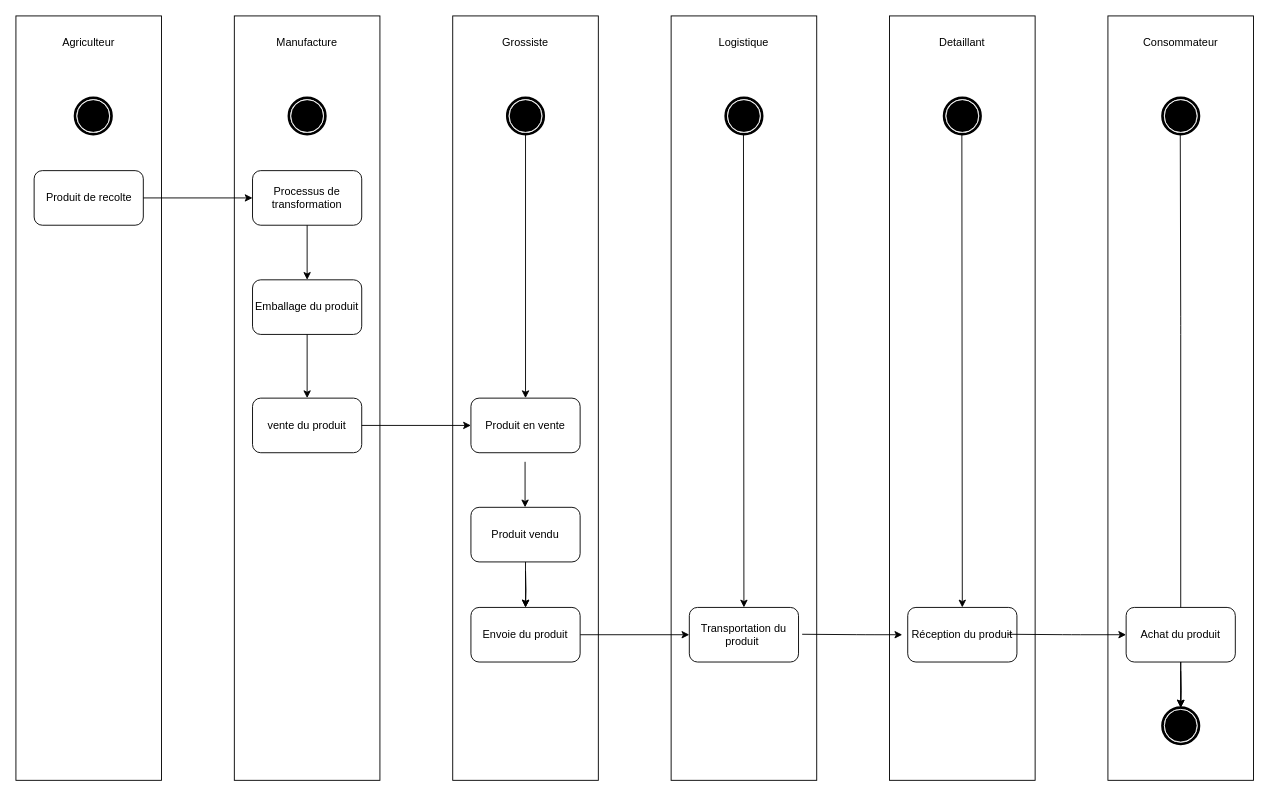
The draw.io diagram Untitled Diagram.drawio in loosker95/Diagramme-d-activiter, before the edit. Source tidied: cells renumbered, new cells numbered last; positions are measured from the earlier drawing's top-left corner, leaving out a move shared by most shapes. Both pictures are drawn from the tidied source at 91%, with x=0, y=0 at pixel (15, 15).
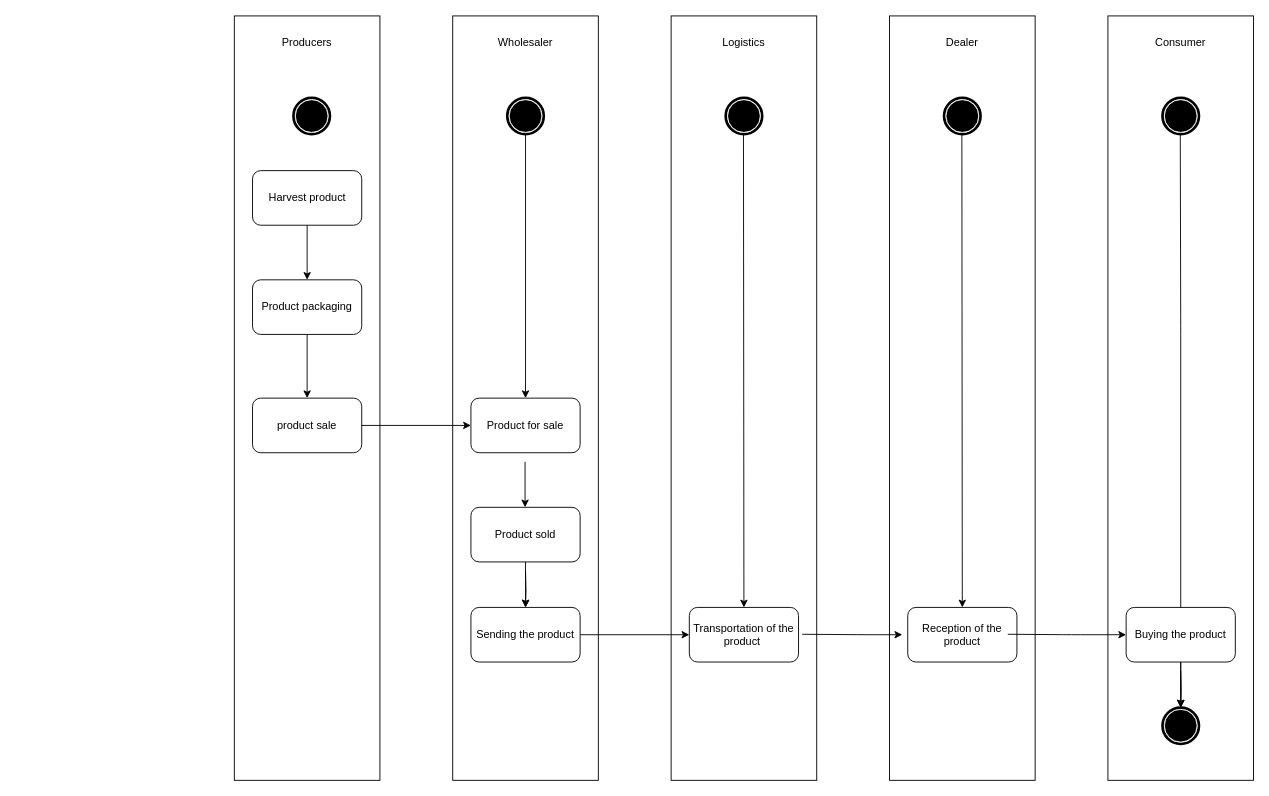
After the change.

What changed in the source:
```diff
@@
     <mxCell id="2" style="rounded=0;whiteSpace=wrap;html=1;" parent="1" vertex="1">
-      <mxGeometry width="160" height="840" as="geometry" />
+      <mxGeometry x="240" width="160" height="840" as="geometry" />
     </mxCell>
-    <mxCell id="3" style="rounded=0;whiteSpace=wrap;html=1;" parent="1" vertex="1">
-      <mxGeometry x="240" width="160" height="840" as="geometry" />
-    </mxCell>
@@
     <mxCell id="6" style="shape=mxgraph.bpmn.shape;html=1;verticalLabelPosition=bottom;labelBackgroundColor=#ffffff;verticalAlign=top;align=center;perimeter=ellipsePerimeter;outline=end;symbol=terminate;" parent="1" vertex="1">
-      <mxGeometry x="65" y="90" width="40" height="40" as="geometry" />
+      <mxGeometry x="305" y="90" width="40" height="40" as="geometry" />
     </mxCell>
     <mxCell id="7" style="rounded=1;whiteSpace=wrap;html=1;" parent="1" vertex="1">
-      <mxGeometry x="20" y="170" width="120" height="60" as="geometry" />
+      <mxGeometry x="260" y="170" width="120" height="60" as="geometry" />
     </mxCell>
-    <mxCell id="8" style="shape=mxgraph.bpmn.shape;html=1;verticalLabelPosition=bottom;labelBackgroundColor=#ffffff;verticalAlign=top;align=center;perimeter=ellipsePerimeter;outline=end;symbol=terminate;" parent="1" vertex="1">
-      <mxGeometry x="300" y="90" width="40" height="40" as="geometry" />
-    </mxCell>
@@
-    <mxCell id="13" value="Produit de recolte" style="text;html=1;strokeColor=none;fillColor=none;align=center;verticalAlign=middle;whiteSpace=wrap;rounded=0;" parent="1" vertex="1">
-      <mxGeometry x="27.5" y="190" width="105" height="20" as="geometry" />
+    <mxCell id="13" value="Harvest product" style="text;html=1;strokeColor=none;fillColor=none;align=center;verticalAlign=middle;whiteSpace=wrap;rounded=0;" parent="1" vertex="1">
+      <mxGeometry x="267.5" y="190" width="105" height="20" as="geometry" />
     </mxCell>
-    <mxCell id="14" value="Processus de transformation" style="rounded=1;whiteSpace=wrap;html=1;" parent="1" vertex="1">
-      <mxGeometry x="260" y="170" width="120" height="60" as="geometry" />
-    </mxCell>
-    <mxCell id="15" value="Emballage du produit" style="rounded=1;whiteSpace=wrap;html=1;" parent="1" vertex="1">
+    <mxCell id="15" value="Product packaging" style="rounded=1;whiteSpace=wrap;html=1;" parent="1" vertex="1">
       <mxGeometry x="260" y="290" width="120" height="60" as="geometry" />
     </mxCell>
-    <mxCell id="16" value="vente du produit" style="rounded=1;whiteSpace=wrap;html=1;" parent="1" vertex="1">
+    <mxCell id="16" value="product sale" style="rounded=1;whiteSpace=wrap;html=1;" parent="1" vertex="1">
       <mxGeometry x="260" y="420" width="120" height="60" as="geometry" />
     </mxCell>
-    <mxCell id="17" value="Agriculteur" style="text;html=1;strokeColor=none;fillColor=none;align=center;verticalAlign=middle;whiteSpace=wrap;rounded=0;" parent="1" vertex="1">
-      <mxGeometry x="60" y="20" width="40" height="20" as="geometry" />
+    <mxCell id="17" value="Producers" style="text;html=1;strokeColor=none;fillColor=none;align=center;verticalAlign=middle;whiteSpace=wrap;rounded=0;" parent="1" vertex="1">
+      <mxGeometry x="300" y="20" width="40" height="20" as="geometry" />
     </mxCell>
@@
-    <mxCell id="20" value="Detaillant" style="text;html=1;strokeColor=none;fillColor=none;align=center;verticalAlign=middle;whiteSpace=wrap;rounded=0;" parent="1" vertex="1">
+    <mxCell id="20" value="Dealer" style="text;html=1;strokeColor=none;fillColor=none;align=center;verticalAlign=middle;whiteSpace=wrap;rounded=0;" parent="1" vertex="1">
       <mxGeometry x="1020" y="20" width="40" height="20" as="geometry" />
     </mxCell>
-    <mxCell id="21" style="endArrow=classic;html=1;entryX=0;entryY=0.5;entryDx=0;entryDy=0;exitX=1;exitY=0.5;exitDx=0;exitDy=0;" parent="1" edge="1" source="7" target="14">
-      <mxGeometry relative="1" as="geometry" />
-    </mxCell>
-    <mxCell id="22" value="Manufacture" style="text;html=1;strokeColor=none;fillColor=none;align=center;verticalAlign=middle;whiteSpace=wrap;rounded=0;" parent="1" vertex="1">
-      <mxGeometry x="300" y="20" width="40" height="20" as="geometry" />
-    </mxCell>
-    <mxCell id="23" value="Grossiste" style="text;html=1;strokeColor=none;fillColor=none;align=center;verticalAlign=middle;whiteSpace=wrap;rounded=0;" parent="1" vertex="1">
+    <mxCell id="23" value="Wholesaler" style="text;html=1;strokeColor=none;fillColor=none;align=center;verticalAlign=middle;whiteSpace=wrap;rounded=0;" parent="1" vertex="1">
       <mxGeometry x="540" y="20" width="40" height="20" as="geometry" />
     </mxCell>
-    <mxCell id="24" value="Logistique" style="text;html=1;strokeColor=none;fillColor=none;align=center;verticalAlign=middle;whiteSpace=wrap;rounded=0;" parent="1" vertex="1">
+    <mxCell id="24" value="Logistics" style="text;html=1;strokeColor=none;fillColor=none;align=center;verticalAlign=middle;whiteSpace=wrap;rounded=0;" parent="1" vertex="1">
       <mxGeometry x="780" y="20" width="40" height="20" as="geometry" />
     </mxCell>
-    <mxCell id="25" value="Consommateur" style="text;html=1;strokeColor=none;fillColor=none;align=center;verticalAlign=middle;whiteSpace=wrap;rounded=0;" parent="1" vertex="1">
+    <mxCell id="25" value="Consumer" style="text;html=1;strokeColor=none;fillColor=none;align=center;verticalAlign=middle;whiteSpace=wrap;rounded=0;" parent="1" vertex="1">
       <mxGeometry x="1260" y="20" width="40" height="20" as="geometry" />
     </mxCell>
-    <mxCell id="26" style="endArrow=classic;html=1;entryX=0.5;entryY=0;entryDx=0;entryDy=0;exitX=0.5;exitY=1;exitDx=0;exitDy=0;" parent="1" edge="1" source="14" target="15">
+    <mxCell id="26" style="endArrow=classic;html=1;entryX=0.5;entryY=0;entryDx=0;entryDy=0;exitX=0.5;exitY=1;exitDx=0;exitDy=0;" parent="1" edge="1" source="7" target="15">
       <mxGeometry relative="1" as="geometry" />
     </mxCell>
@@
-    <mxCell id="29" value="Produit en vente" style="rounded=1;whiteSpace=wrap;html=1;" parent="1" vertex="1">
+    <mxCell id="29" value="Product for sale" style="rounded=1;whiteSpace=wrap;html=1;" parent="1" vertex="1">
       <mxGeometry x="500" y="420" width="120" height="60" as="geometry" />
     </mxCell>
@@
-    <mxCell id="32" value="Produit vendu" style="rounded=1;whiteSpace=wrap;html=1;" parent="1" vertex="1">
+    <mxCell id="32" value="Product sold" style="rounded=1;whiteSpace=wrap;html=1;" parent="1" vertex="1">
       <mxGeometry x="500" y="540" width="120" height="60" as="geometry" />
     </mxCell>
@@
-    <mxCell id="34" value="Transportation du produit&amp;nbsp;" style="rounded=1;whiteSpace=wrap;html=1;" parent="1" vertex="1">
+    <mxCell id="34" value="Transportation of the product&amp;nbsp;" style="rounded=1;whiteSpace=wrap;html=1;" parent="1" vertex="1">
       <mxGeometry x="740" y="650" width="120" height="60" as="geometry" />
     </mxCell>
@@
-    <mxCell id="36" value="Réception du produit" style="rounded=1;whiteSpace=wrap;html=1;" parent="1" vertex="1">
+    <mxCell id="36" value="Reception of the product" style="rounded=1;whiteSpace=wrap;html=1;" parent="1" vertex="1">
       <mxGeometry x="980" y="650" width="120" height="60" as="geometry" />
     </mxCell>
@@
-    <mxCell id="41" value="Achat du produit" style="rounded=1;whiteSpace=wrap;html=1;" parent="1" vertex="1">
+    <mxCell id="41" value="Buying the product" style="rounded=1;whiteSpace=wrap;html=1;" parent="1" vertex="1">
       <mxGeometry x="1220" y="650" width="120" height="60" as="geometry" />
     </mxCell>
@@
-    <mxCell id="45" value="Envoie du produit" style="rounded=1;whiteSpace=wrap;html=1;" parent="1" vertex="1">
+    <mxCell id="45" value="Sending the product" style="rounded=1;whiteSpace=wrap;html=1;" parent="1" vertex="1">
       <mxGeometry x="500" y="650" width="120" height="60" as="geometry" />
     </mxCell>
```
